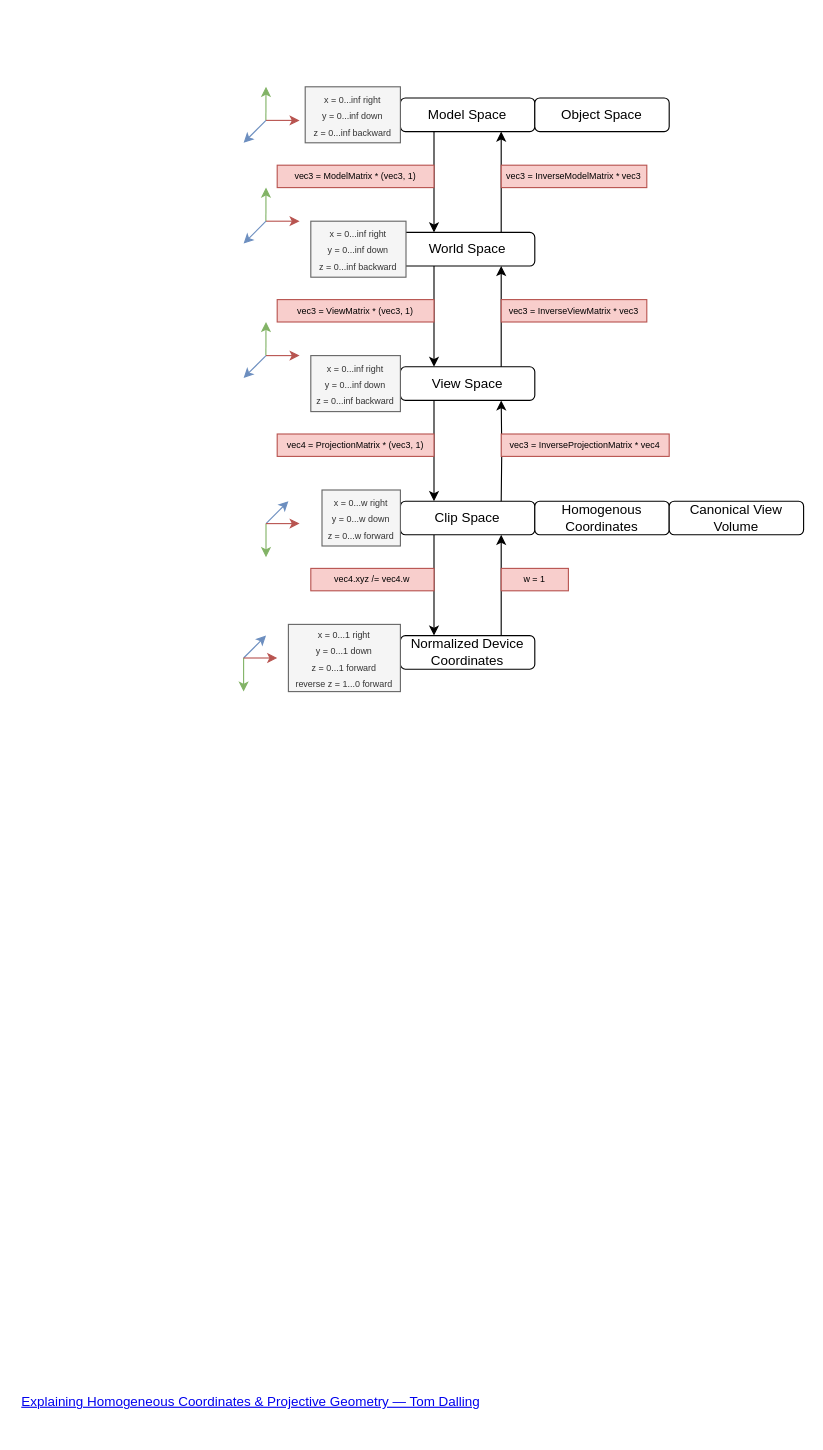
Earlier version of the draw.io diagram SpaceTransformations.drawio.xml (rygo6/GraphicsGraphs). Source tidied: cells renumbered, new cells numbered last; positions are measured from the earlier drawing's top-left corner, leaving out a move shared by most shapes. Both pictures are drawn from the tidied source at 112%, with x=0, y=0 at pixel (19, 86).
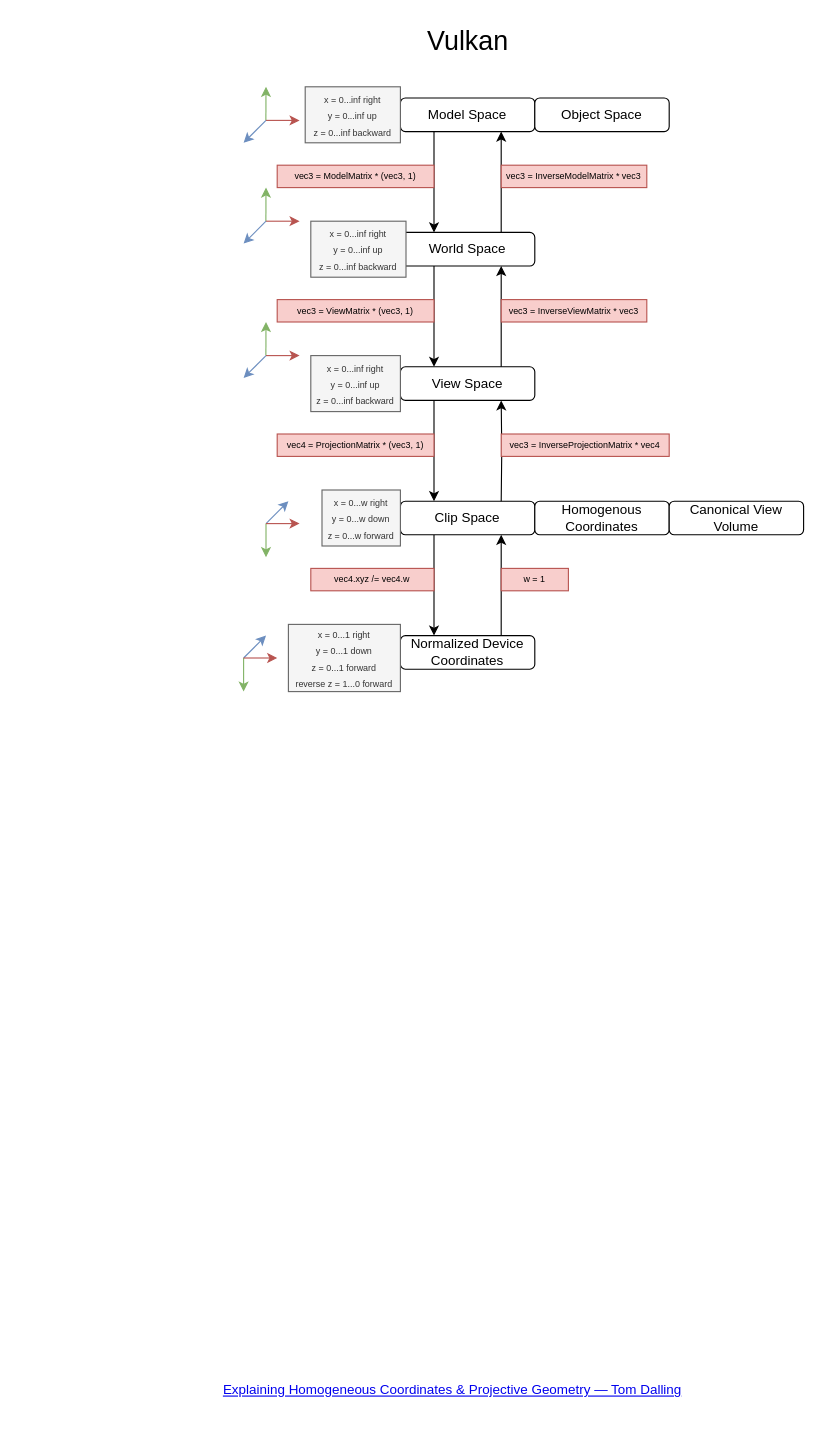
After the change.

The edit, as a diff of the source:
```diff
@@
     <mxCell id="14" value="&lt;a href=&quot;https://www.tomdalling.com/blog/modern-opengl/explaining-homogenous-coordinates-and-projective-geometry/&quot;&gt;Explaining Homogeneous Coordinates &amp;amp; Projective Geometry — Tom Dalling&lt;/a&gt;" style="text;whiteSpace=wrap;html=1;" parent="1" vertex="1">
-      <mxGeometry y="1160" width="440" height="40" as="geometry" />
+      <mxGeometry x="180" y="1150" width="440" height="40" as="geometry" />
     </mxCell>
@@
-    <mxCell id="23" value="&lt;font style=&quot;font-size: 8px;&quot;&gt;x = 0...inf right&lt;br&gt;y = 0...inf down&lt;br&gt;z = 0...inf backward&lt;br&gt;&lt;/font&gt;" style="rounded=0;whiteSpace=wrap;html=1;fillColor=#f5f5f5;fontColor=#333333;strokeColor=#666666;" parent="1" vertex="1">
+    <mxCell id="23" value="&lt;font style=&quot;font-size: 8px;&quot;&gt;x = 0...inf right&lt;br&gt;y = 0...inf up&lt;br&gt;z = 0...inf backward&lt;br&gt;&lt;/font&gt;" style="rounded=0;whiteSpace=wrap;html=1;fillColor=#f5f5f5;fontColor=#333333;strokeColor=#666666;" parent="1" vertex="1">
       <mxGeometry x="260" y="240" width="80" height="50" as="geometry" />
     </mxCell>
-    <mxCell id="24" value="&lt;font style=&quot;font-size: 8px;&quot;&gt;x = 0...inf right&lt;br&gt;y = 0...inf down&lt;br&gt;z = 0...inf backward&lt;br&gt;&lt;/font&gt;" style="rounded=0;whiteSpace=wrap;html=1;fillColor=#f5f5f5;fontColor=#333333;strokeColor=#666666;" parent="1" vertex="1">
+    <mxCell id="24" value="&lt;font style=&quot;font-size: 8px;&quot;&gt;x = 0...inf right&lt;br&gt;y = 0...inf up&lt;br&gt;z = 0...inf backward&lt;br&gt;&lt;/font&gt;" style="rounded=0;whiteSpace=wrap;html=1;fillColor=#f5f5f5;fontColor=#333333;strokeColor=#666666;" parent="1" vertex="1">
       <mxGeometry x="260" y="120" width="85" height="50" as="geometry" />
     </mxCell>
@@
-    <mxCell id="44" value="&lt;font style=&quot;font-size: 8px;&quot;&gt;x = 0...inf right&lt;br&gt;y = 0...inf down&lt;br&gt;z = 0...inf backward&lt;br&gt;&lt;/font&gt;" style="rounded=0;whiteSpace=wrap;html=1;fillColor=#f5f5f5;fontColor=#333333;strokeColor=#666666;" parent="1" vertex="1">
+    <mxCell id="44" value="&lt;font style=&quot;font-size: 8px;&quot;&gt;x = 0...inf right&lt;br&gt;y = 0...inf up&lt;br&gt;z = 0...inf backward&lt;br&gt;&lt;/font&gt;" style="rounded=0;whiteSpace=wrap;html=1;fillColor=#f5f5f5;fontColor=#333333;strokeColor=#666666;" parent="1" vertex="1">
       <mxGeometry x="255" width="85" height="50" as="geometry" />
     </mxCell>
@@
+    <mxCell id="47" value="Vulkan" style="text;html=1;align=center;verticalAlign=middle;whiteSpace=wrap;rounded=0;fontSize=24;" parent="1" vertex="1">
+      <mxGeometry x="253.8" y="-60" width="292.5" height="40" as="geometry" />
+    </mxCell>
```
